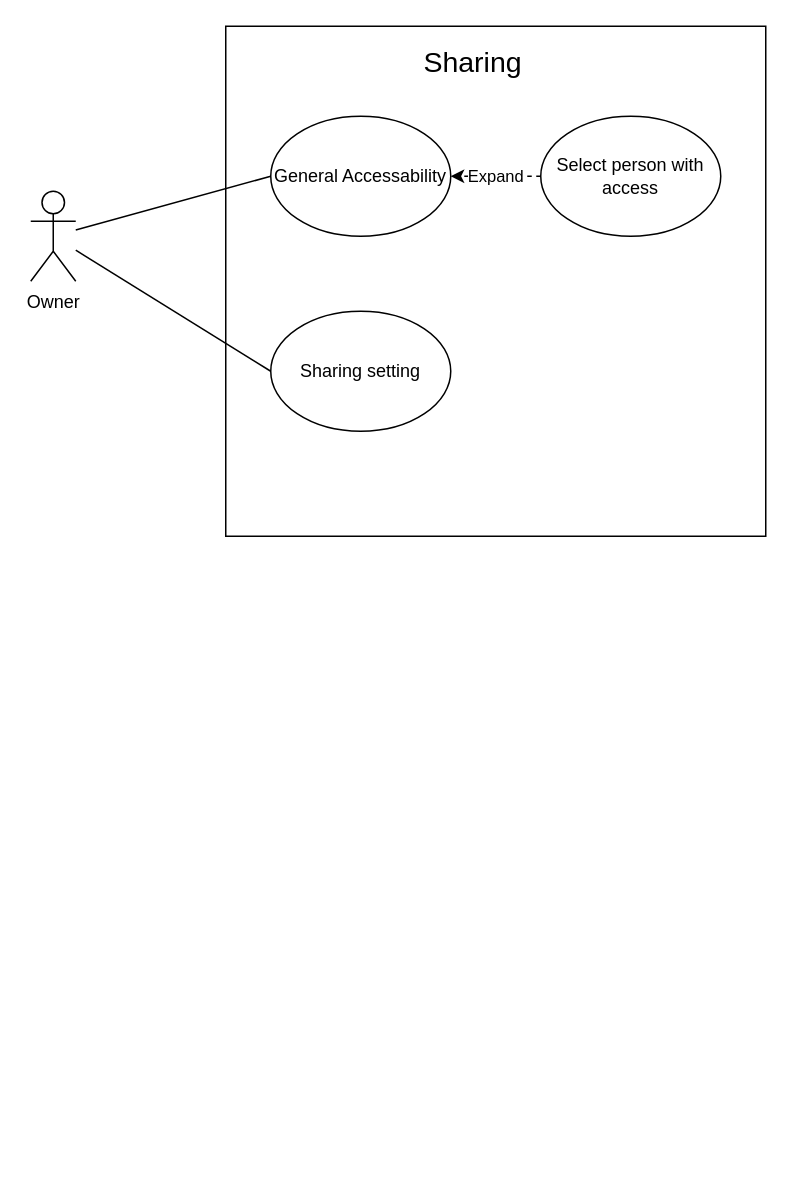
Keny7503/draw.io keeps this draw.io diagram as docs.google.com.drawio. Above is the earlier version. Source tidied: cells renumbered, new cells numbered last; positions are measured from the earlier drawing's top-left corner, leaving out a move shared by most shapes. Both pictures are drawn from the tidied source at 150%, with x=0, y=0 at pixel (30, 26).
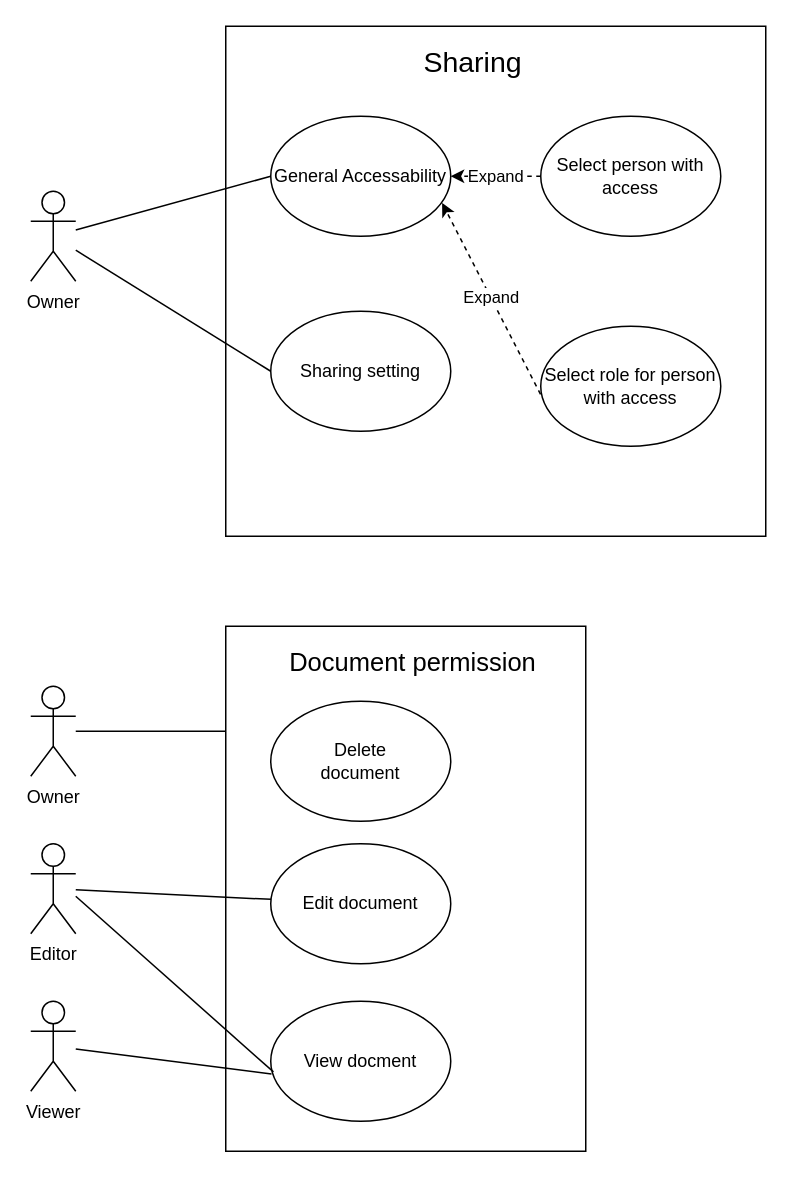
Above is the later version.

The change refers to these unchanged cells:
```xml
<mxCell id="4" value="&lt;div&gt;General Accessability&lt;/div&gt;" style="ellipse;whiteSpace=wrap;html=1;" parent="1" vertex="1">
  <mxGeometry x="160" y="60" width="120" height="80" as="geometry" />
</mxCell>
```

The edit, as a diff of the source:
```diff
@@
+    <mxCell id="11" style="rounded=0;whiteSpace=wrap;html=1;" parent="1" vertex="1">
+      <mxGeometry x="130" y="400" width="240" height="350" as="geometry" />
+    </mxCell>
+    <mxCell id="12" value="Select role for person with access" style="ellipse;whiteSpace=wrap;html=1;" parent="1" vertex="1">
+      <mxGeometry x="340" y="200" width="120" height="80" as="geometry" />
+    </mxCell>
+    <mxCell id="13" value="Expand" style="endArrow=classic;html=1;rounded=0;exitX=-0.001;exitY=0.568;exitDx=0;exitDy=0;exitPerimeter=0;entryX=0.952;entryY=0.722;entryDx=0;entryDy=0;entryPerimeter=0;dashed=1;" parent="1" edge="1" source="12" target="4">
+      <mxGeometry relative="1" as="geometry" />
+    </mxCell>
+    <mxCell id="14" value="Document permission" style="text;html=1;strokeColor=none;fillColor=none;align=center;verticalAlign=middle;whiteSpace=wrap;rounded=0;fontSize=17;" parent="1" vertex="1">
+      <mxGeometry x="140" y="410" width="230" height="30" as="geometry" />
+    </mxCell>
+    <mxCell id="15" value="Owner" style="shape=umlActor;verticalLabelPosition=bottom;verticalAlign=top;html=1;outlineConnect=0;" parent="1" vertex="1">
+      <mxGeometry y="440" width="30" height="60" as="geometry" />
+    </mxCell>
+    <mxCell id="16" value="Editor" style="shape=umlActor;verticalLabelPosition=bottom;verticalAlign=top;html=1;outlineConnect=0;" parent="1" vertex="1">
+      <mxGeometry y="545" width="30" height="60" as="geometry" />
+    </mxCell>
+    <mxCell id="17" value="Viewer" style="shape=umlActor;verticalLabelPosition=bottom;verticalAlign=top;html=1;outlineConnect=0;" parent="1" vertex="1">
+      <mxGeometry y="650" width="30" height="60" as="geometry" />
+    </mxCell>
+    <mxCell id="18" value="&lt;div&gt;Delete&lt;/div&gt;&lt;div&gt;document&lt;/div&gt;" style="ellipse;whiteSpace=wrap;html=1;" parent="1" vertex="1">
+      <mxGeometry x="160" y="450" width="120" height="80" as="geometry" />
+    </mxCell>
+    <mxCell id="19" value="Edit document" style="ellipse;whiteSpace=wrap;html=1;" parent="1" vertex="1">
+      <mxGeometry x="160" y="545" width="120" height="80" as="geometry" />
+    </mxCell>
+    <mxCell id="20" value="View docment" style="ellipse;whiteSpace=wrap;html=1;" parent="1" vertex="1">
+      <mxGeometry x="160" y="650" width="120" height="80" as="geometry" />
+    </mxCell>
+    <mxCell id="21" style="endArrow=none;html=1;rounded=0;" parent="1" edge="1" source="15">
+      <mxGeometry relative="1" as="geometry">
+        <mxPoint x="130" y="470" as="targetPoint" />
+      </mxGeometry>
+    </mxCell>
+    <mxCell id="22" style="endArrow=none;html=1;rounded=0;" parent="1" edge="1" source="16" target="19">
+      <mxGeometry relative="1" as="geometry" />
+    </mxCell>
+    <mxCell id="23" style="endArrow=none;html=1;rounded=0;entryX=0.004;entryY=0.607;entryDx=0;entryDy=0;entryPerimeter=0;" parent="1" edge="1" source="17" target="20">
+      <mxGeometry relative="1" as="geometry" />
+    </mxCell>
+    <mxCell id="24" style="endArrow=none;html=1;rounded=0;entryX=0.015;entryY=0.589;entryDx=0;entryDy=0;entryPerimeter=0;" parent="1" edge="1" target="20">
+      <mxGeometry relative="1" as="geometry">
+        <mxPoint x="30" y="580" as="sourcePoint" />
+      </mxGeometry>
+    </mxCell>
```
